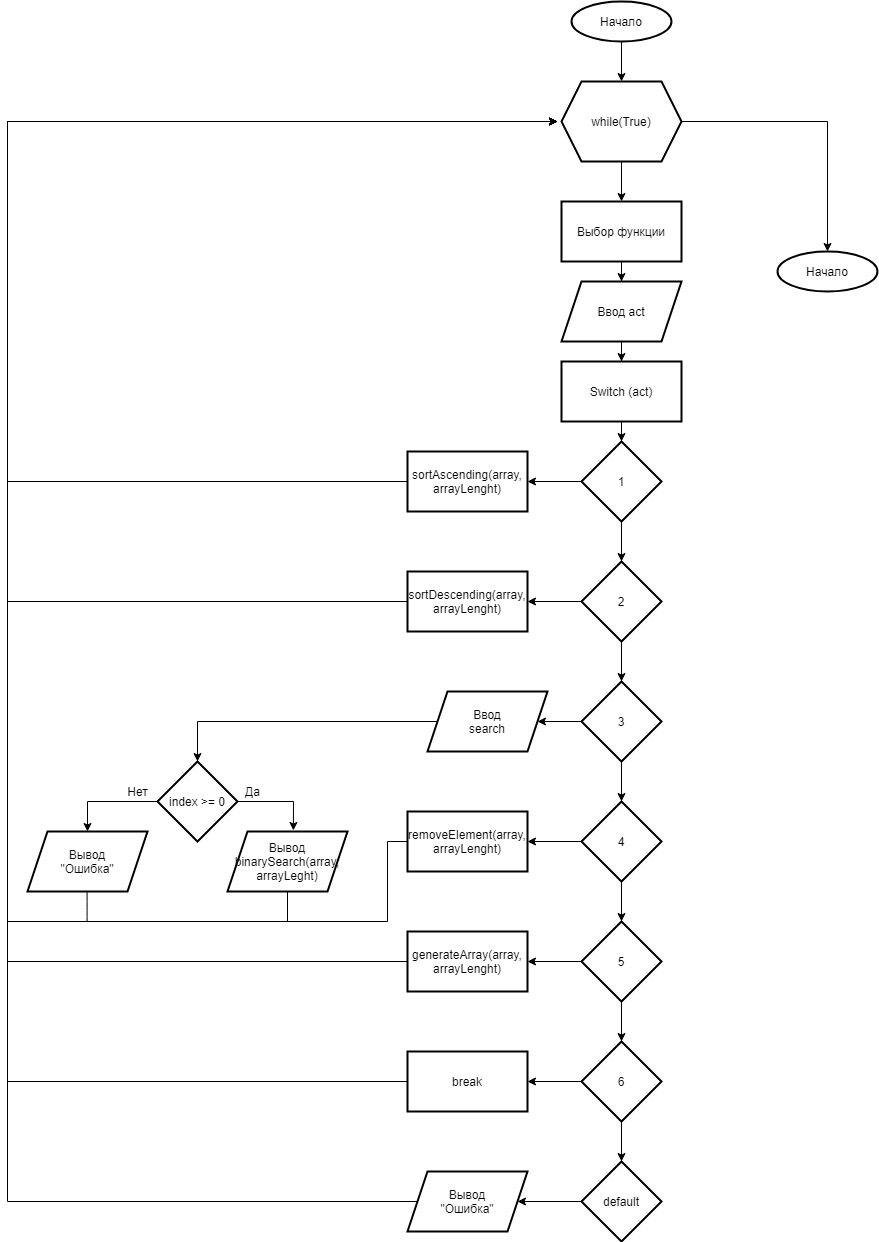
This is _lab5/main.png from leetrikon/oaip, a draw.io export, as it was before one commit. Source tidied: cells renumbered, new cells last; positions are measured from the earlier drawing's top-left corner, leaving out a move shared by most shapes.
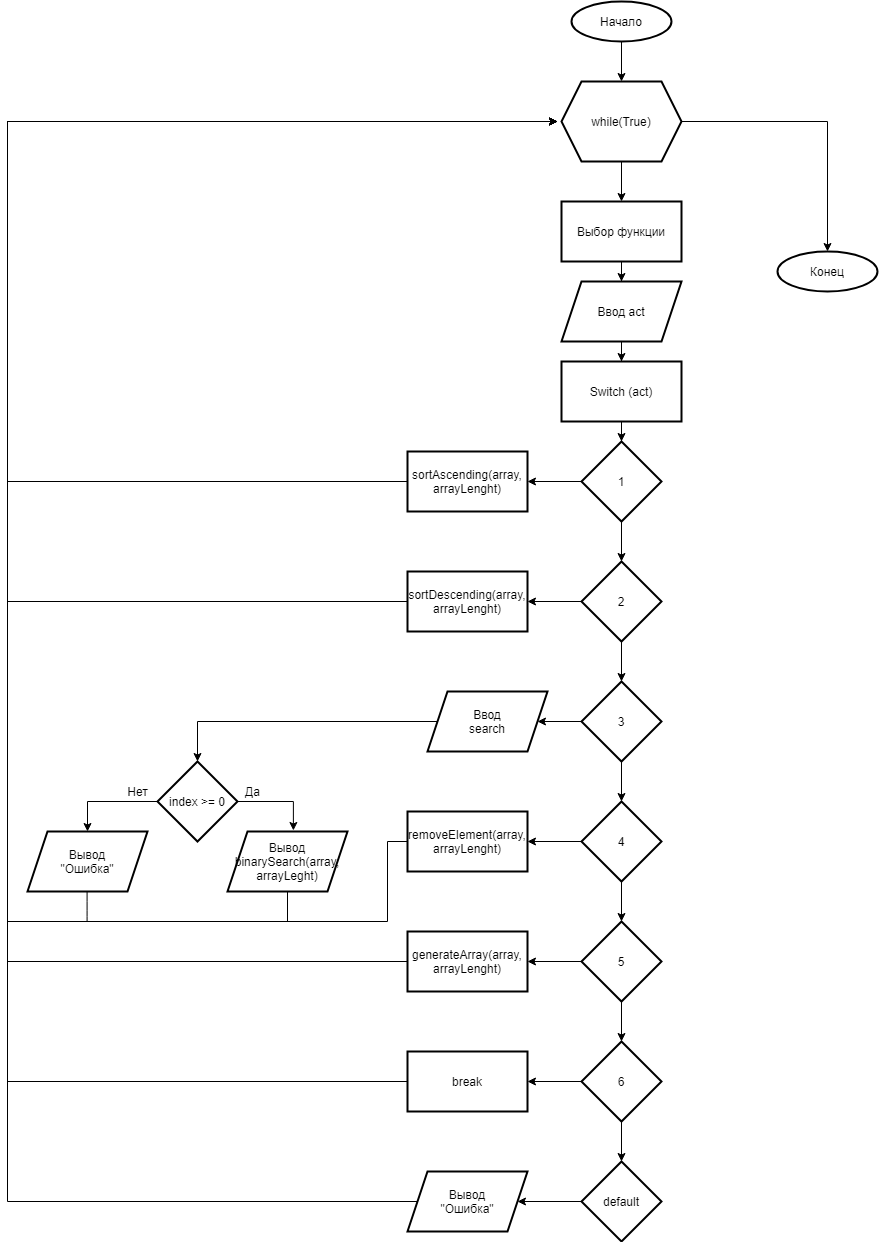
After the change.

The edit, as a diff of the source:
```diff
@@ -162,7 +162,7 @@
     <mxCell id="45" value="Вывод&lt;br&gt;&quot;Ошибка&quot;" style="shape=parallelogram;perimeter=parallelogramPerimeter;whiteSpace=wrap;html=1;fixedSize=1;strokeWidth=2;" parent="1" vertex="1">
       <mxGeometry x="20" y="830" width="120" height="60" as="geometry" />
     </mxCell>
-    <mxCell id="46" value="Начало" style="strokeWidth=2;html=1;shape=mxgraph.flowchart.start_2;whiteSpace=wrap;" parent="1" vertex="1">
+    <mxCell id="46" value="Конец" style="strokeWidth=2;html=1;shape=mxgraph.flowchart.start_2;whiteSpace=wrap;" parent="1" vertex="1">
       <mxGeometry x="770" y="250" width="100" height="40" as="geometry" />
     </mxCell>
     <mxCell id="47" style="edgeStyle=orthogonalEdgeStyle;rounded=0;jettySize=auto;html=1;" parent="1" edge="1" source="48">
```
